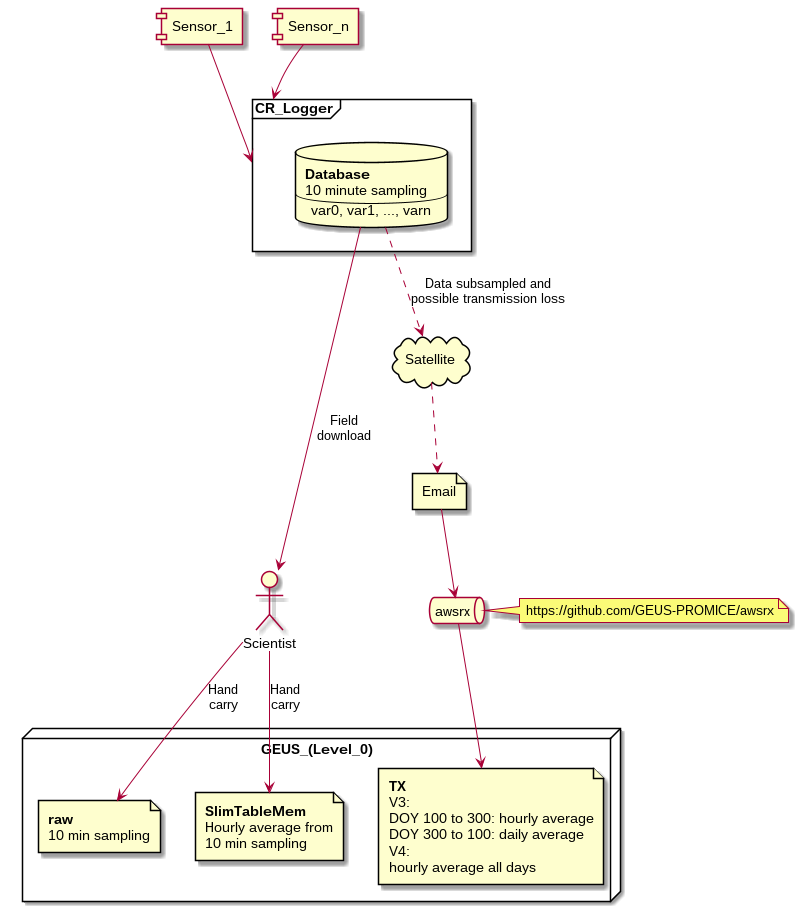
This is fig/L00_to_L0.png from GEUS-Glaciology-and-Climate/pypromice, a PlantUML export, as it was before one commit.
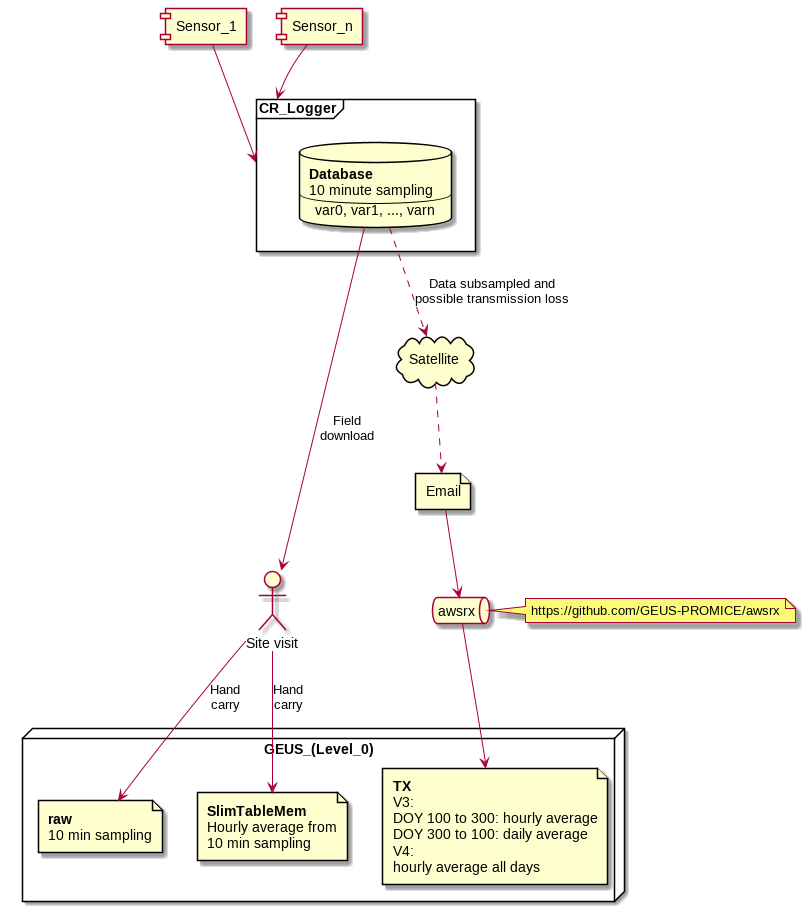
After the change.

The edit, as a diff of the source:
```diff
@@ -38,10 +38,10 @@
   ]
 }
 
-actor Scientist
-DB_logger --> Scientist : Field\ndownload
-Scientist --> Raw : Hand\ncarry
-Scientist --> SlimTableMem : Hand\ncarry
+actor :Site visit: as visitor
+DB_logger --> visitor : Field\ndownload
+visitor --> Raw : Hand\ncarry
+visitor --> SlimTableMem : Hand\ncarry
 
 cloud Satellite
 file Email
```
